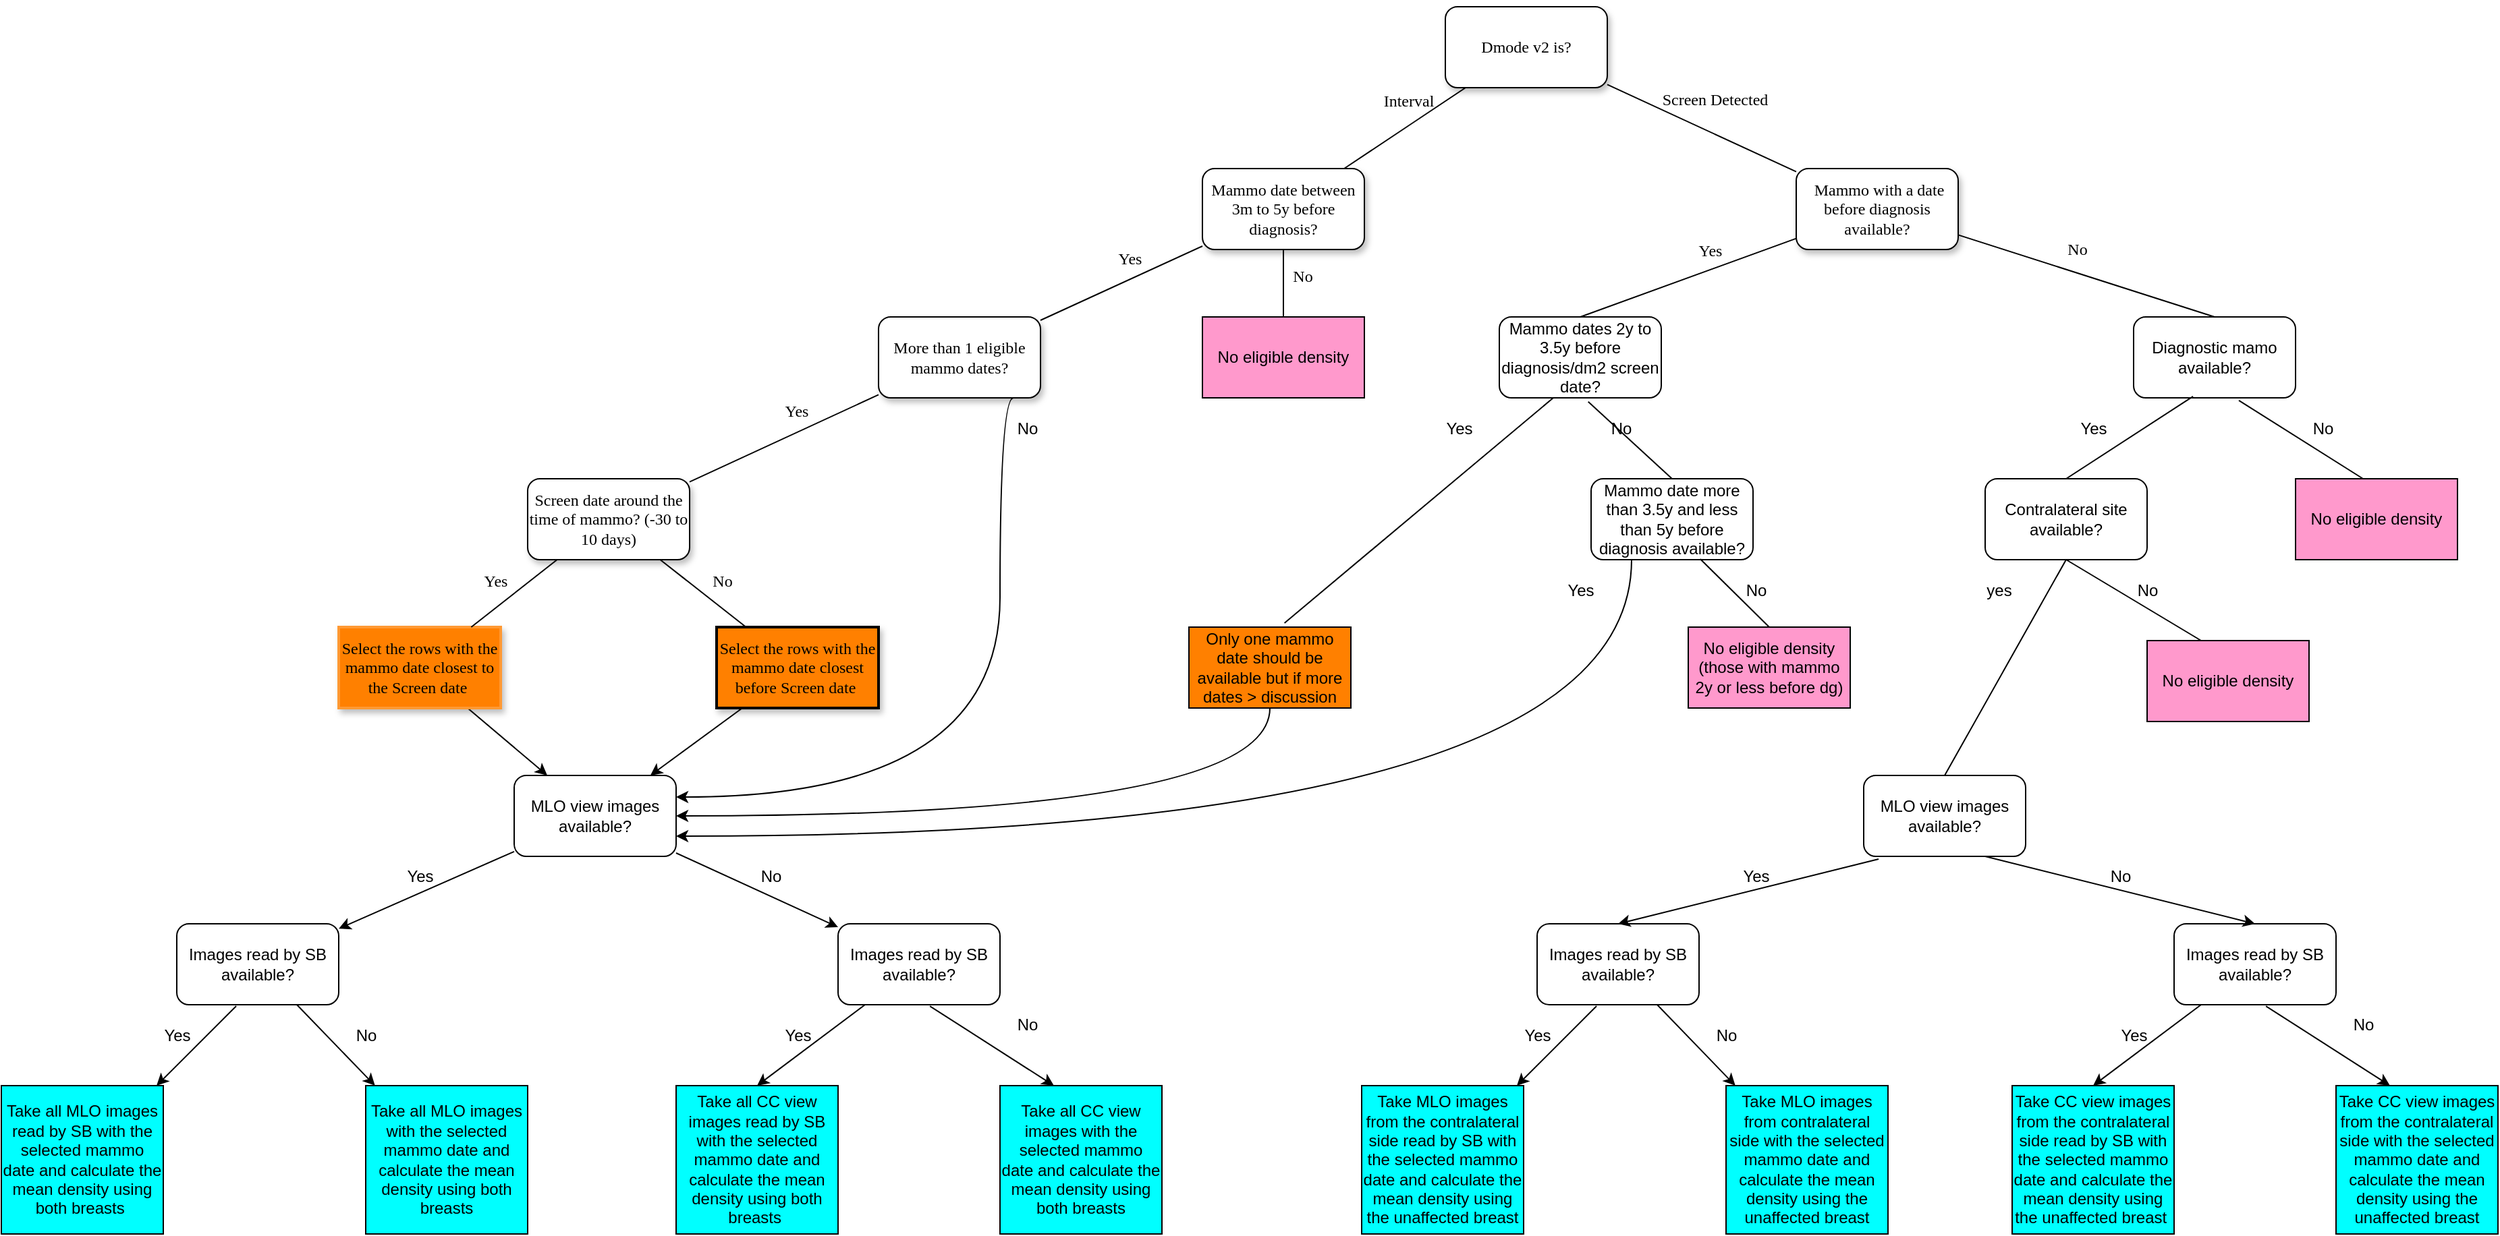
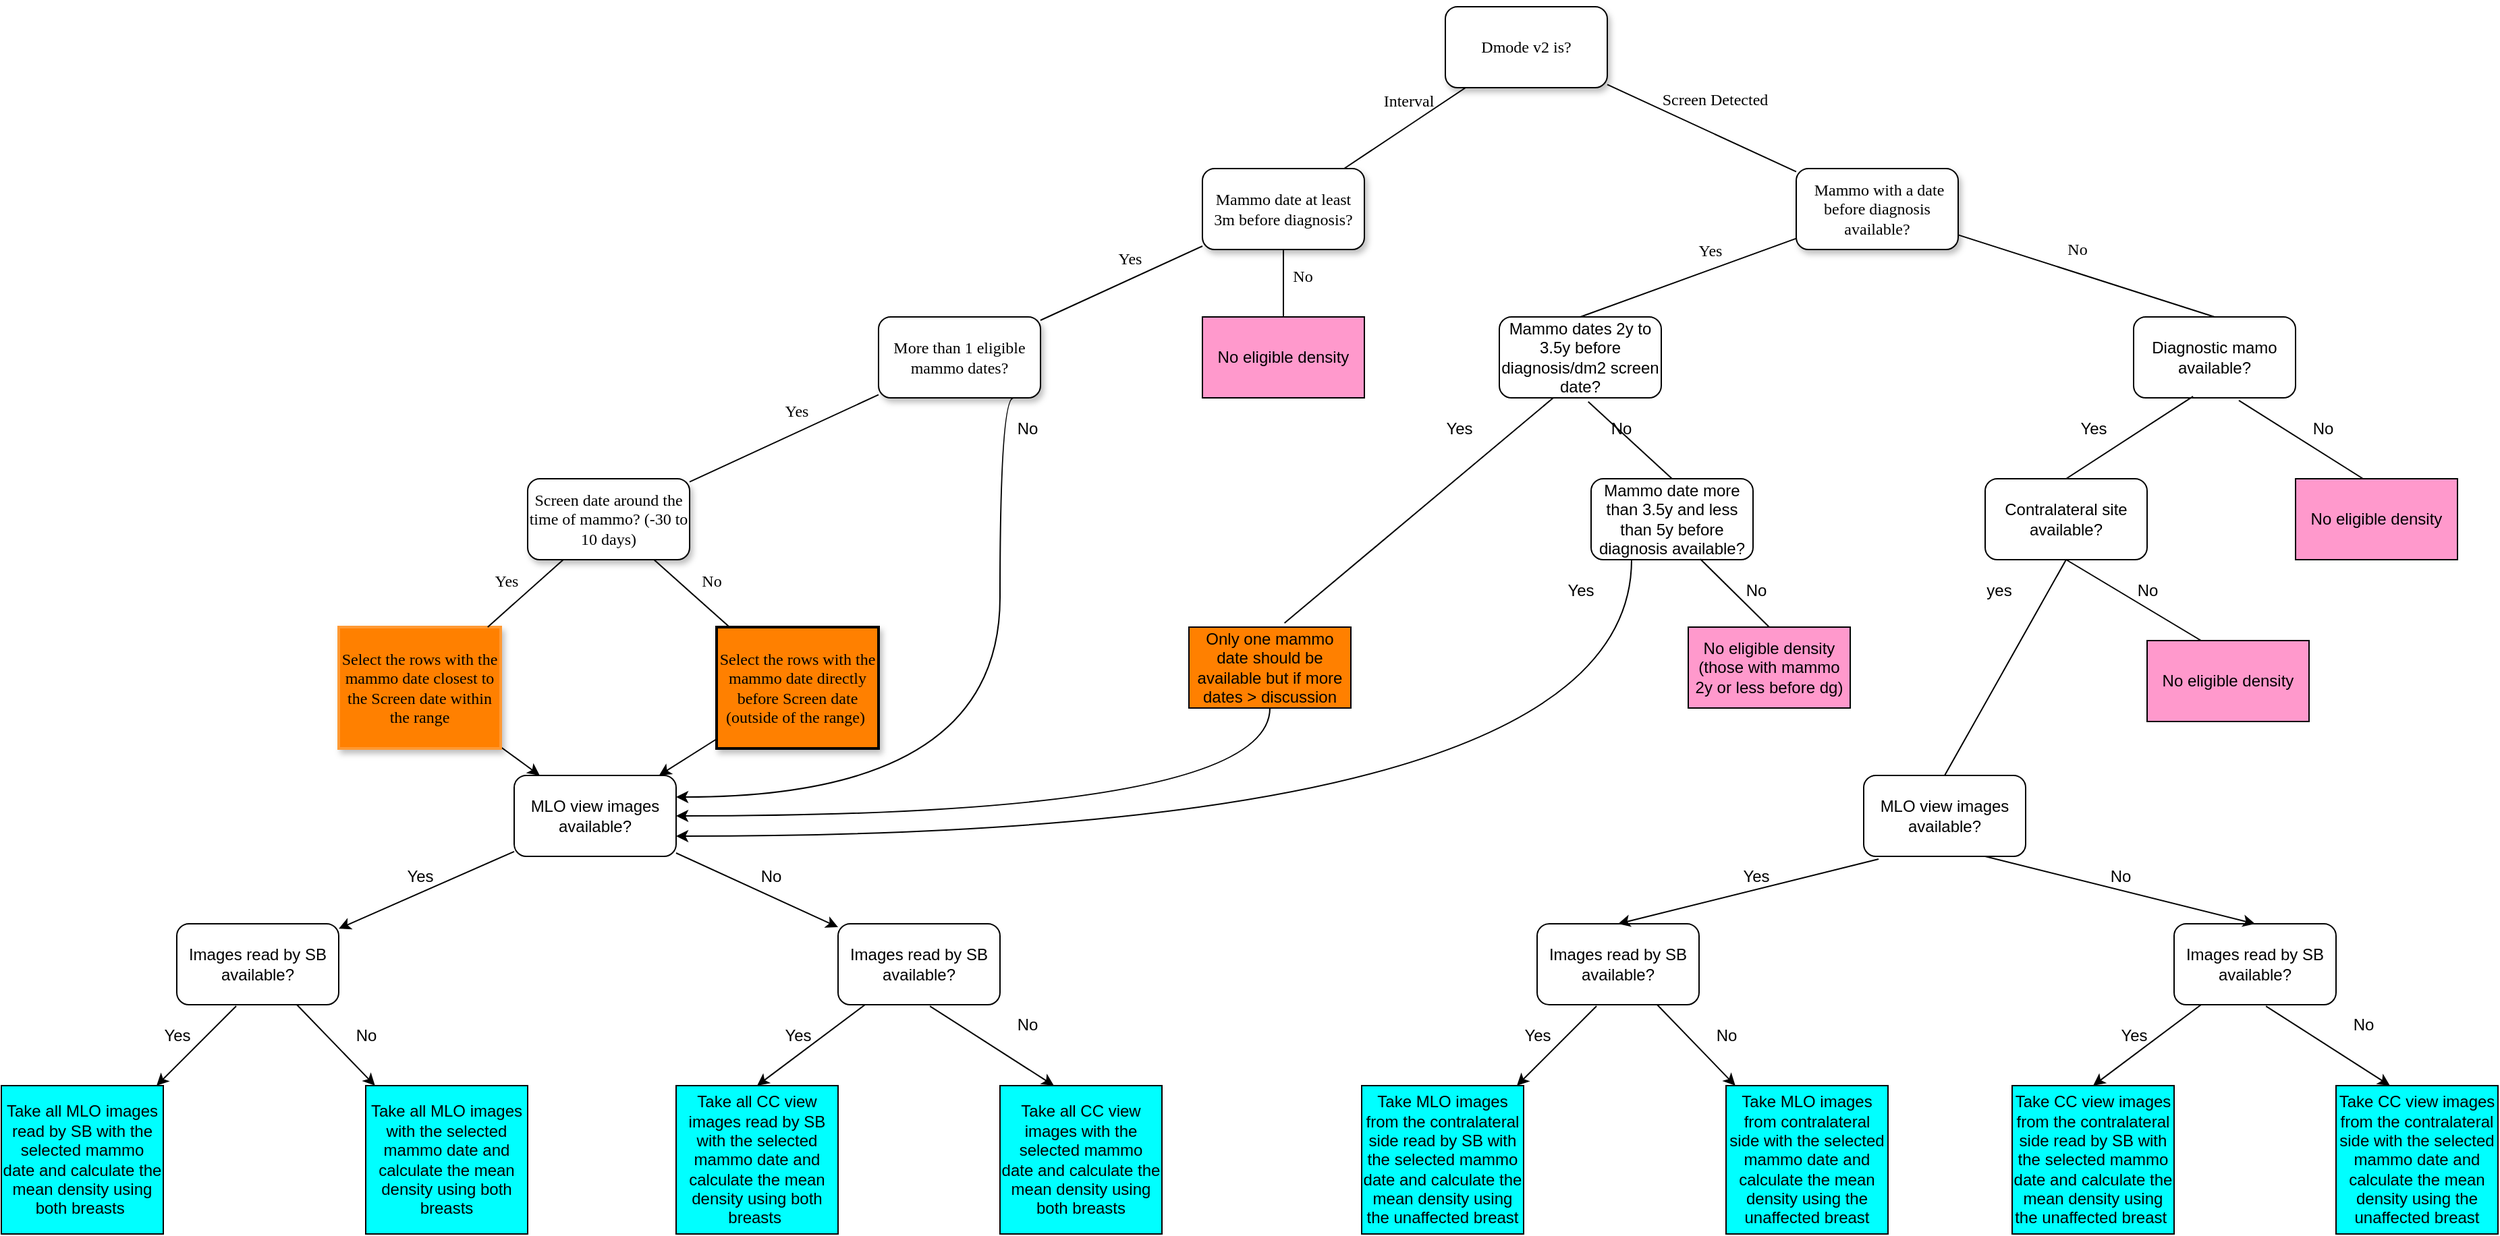
- <mxfile host="app.diagrams.net" modified="2024-04-15T15:01:29.289Z" agent="Mozilla/5.0 (Windows NT 10.0; Win64; x64) AppleWebKit/537.36 (KHTML, like Gecko) Chrome/123.0.0.0 Safari/537.36 Edg/123.0.0.0" etag="fMg2SGPDKG9Lwn98eFwp" version="24.2.1" type="device">
+ <mxfile host="app.diagrams.net" modified="2024-04-16T13:41:23.942Z" agent="Mozilla/5.0 (Windows NT 10.0; Win64; x64) AppleWebKit/537.36 (KHTML, like Gecko) Chrome/123.0.0.0 Safari/537.36 Edg/123.0.0.0" etag="p6snT4Onktg00-oGlUi9" version="24.2.5" type="device">
  <diagram name="Page-1" id="10a91c8b-09ff-31b1-d368-03940ed4cc9e">
-     <mxGraphModel dx="2323" dy="1084" grid="1" gridSize="10" guides="1" tooltips="1" connect="1" arrows="1" fold="1" page="1" pageScale="1" pageWidth="2336" pageHeight="1654" background="none" math="0" shadow="0">
+     <mxGraphModel dx="1146" dy="579" grid="1" gridSize="10" guides="1" tooltips="1" connect="1" arrows="1" fold="1" page="1" pageScale="1" pageWidth="2336" pageHeight="1654" background="none" math="0" shadow="0">
      <root>
        <mxCell id="0" />
        <mxCell id="1" parent="0" />
        <mxCell id="62893188c0fa7362-1" value="Dmode v2 is?" style="whiteSpace=wrap;html=1;rounded=1;shadow=1;labelBackgroundColor=none;strokeWidth=1;fontFamily=Verdana;fontSize=12;align=center;" parent="1" vertex="1">
          <mxGeometry x="1230" y="40" width="120" height="60" as="geometry" />
        </mxCell>
-         <mxCell id="62893188c0fa7362-2" value="Mammo date between 3m to 5y before diagnosis?" style="whiteSpace=wrap;html=1;rounded=1;shadow=1;labelBackgroundColor=none;strokeWidth=1;fontFamily=Verdana;fontSize=12;align=center;" parent="1" vertex="1">
+         <mxCell id="62893188c0fa7362-2" value="Mammo date at least 3m before diagnosis?" style="whiteSpace=wrap;html=1;rounded=1;shadow=1;labelBackgroundColor=none;strokeWidth=1;fontFamily=Verdana;fontSize=12;align=center;" parent="1" vertex="1">
          <mxGeometry x="1050" y="160" width="120" height="60" as="geometry" />
        </mxCell>
        <mxCell id="62893188c0fa7362-3" value="&lt;span&gt;&amp;nbsp;Mammo with a date before diagnosis available?&lt;/span&gt;" style="whiteSpace=wrap;html=1;rounded=1;shadow=1;labelBackgroundColor=none;strokeWidth=1;fontFamily=Verdana;fontSize=12;align=center;" parent="1" vertex="1">
          <mxGeometry x="1490" y="160" width="120" height="60" as="geometry" />
        </mxCell>
        <mxCell id="62893188c0fa7362-4" value="&amp;nbsp; &amp;nbsp; &amp;nbsp; &amp;nbsp; &amp;nbsp; &amp;nbsp; &amp;nbsp; &amp;nbsp; &amp;nbsp;Screen Detected" style="rounded=0;html=1;labelBackgroundColor=none;startArrow=none;startFill=0;startSize=5;endArrow=none;endFill=0;endSize=5;jettySize=auto;orthogonalLoop=1;strokeWidth=1;fontFamily=Verdana;fontSize=12" parent="1" source="62893188c0fa7362-1" target="62893188c0fa7362-3" edge="1">
          <mxGeometry x="-0.3002" y="13" relative="1" as="geometry">
            <mxPoint as="offset" />
          </mxGeometry>
        </mxCell>
        <mxCell id="62893188c0fa7362-5" value="Interval&amp;nbsp; &amp;nbsp; &amp;nbsp;" style="rounded=0;html=1;labelBackgroundColor=none;startArrow=none;startFill=0;startSize=5;endArrow=none;endFill=0;endSize=5;jettySize=auto;orthogonalLoop=1;strokeWidth=1;fontFamily=Verdana;fontSize=12" parent="1" source="62893188c0fa7362-1" target="62893188c0fa7362-2" edge="1">
          <mxGeometry x="-0.359" y="-11" relative="1" as="geometry">
            <mxPoint as="offset" />
          </mxGeometry>
        </mxCell>
        <mxCell id="62893188c0fa7362-8" value="&lt;span&gt;More than 1 eligible mammo dates?&lt;/span&gt;" style="whiteSpace=wrap;html=1;rounded=1;shadow=1;labelBackgroundColor=none;strokeWidth=1;fontFamily=Verdana;fontSize=12;align=center;" parent="1" vertex="1">
          <mxGeometry x="810" y="270" width="120" height="60" as="geometry" />
        </mxCell>
        <mxCell id="62893188c0fa7362-12" value="Screen date around the time of mammo? (-30 to 10 days)" style="whiteSpace=wrap;html=1;rounded=1;shadow=1;labelBackgroundColor=none;strokeWidth=1;fontFamily=Verdana;fontSize=12;align=center;" parent="1" vertex="1">
          <mxGeometry x="550" y="390" width="120" height="60" as="geometry" />
        </mxCell>
        <mxCell id="62893188c0fa7362-14" value="Yes" style="rounded=0;html=1;labelBackgroundColor=none;startArrow=none;startFill=0;startSize=5;endArrow=none;endFill=0;endSize=5;jettySize=auto;orthogonalLoop=1;strokeWidth=1;fontFamily=Verdana;fontSize=12" parent="1" source="62893188c0fa7362-2" target="62893188c0fa7362-8" edge="1">
          <mxGeometry x="-0.2" y="-14" relative="1" as="geometry">
            <mxPoint as="offset" />
          </mxGeometry>
        </mxCell>
        <mxCell id="62893188c0fa7362-15" value="No" style="rounded=0;html=1;labelBackgroundColor=none;startArrow=none;startFill=0;startSize=5;endArrow=none;endFill=0;endSize=5;jettySize=auto;orthogonalLoop=1;strokeWidth=1;fontFamily=Verdana;fontSize=12;entryX=0.5;entryY=0;entryDx=0;entryDy=0;" parent="1" source="62893188c0fa7362-2" target="ltzN6pnCUaCi4MzfEoiR-7" edge="1">
          <mxGeometry x="-0.2" y="14" relative="1" as="geometry">
            <mxPoint as="offset" />
            <mxPoint x="1190" y="270" as="targetPoint" />
          </mxGeometry>
        </mxCell>
        <mxCell id="62893188c0fa7362-16" value="Yes" style="rounded=0;html=1;labelBackgroundColor=none;startArrow=none;startFill=0;startSize=5;endArrow=none;endFill=0;endSize=5;jettySize=auto;orthogonalLoop=1;strokeWidth=1;fontFamily=Verdana;fontSize=12;entryX=0.5;entryY=0;entryDx=0;entryDy=0;" parent="1" source="62893188c0fa7362-3" target="kYvpu-cuTH2BE-WpAr-0-41" edge="1">
          <mxGeometry x="-0.2614" y="-13" relative="1" as="geometry">
            <mxPoint as="offset" />
            <mxPoint x="1394.5454545454545" y="270" as="targetPoint" />
          </mxGeometry>
        </mxCell>
        <mxCell id="62893188c0fa7362-17" value="No" style="rounded=0;html=1;labelBackgroundColor=none;startArrow=none;startFill=0;startSize=5;endArrow=none;endFill=0;endSize=5;jettySize=auto;orthogonalLoop=1;strokeWidth=1;fontFamily=Verdana;fontSize=12;entryX=0.5;entryY=0;entryDx=0;entryDy=0;" parent="1" source="62893188c0fa7362-3" target="kYvpu-cuTH2BE-WpAr-0-71" edge="1">
          <mxGeometry x="-0.1294" y="17" relative="1" as="geometry">
            <mxPoint as="offset" />
            <mxPoint x="1740" y="273.5999999999999" as="targetPoint" />
          </mxGeometry>
        </mxCell>
        <mxCell id="62893188c0fa7362-18" value="Yes" style="rounded=0;html=1;labelBackgroundColor=none;startArrow=none;startFill=0;startSize=5;endArrow=none;endFill=0;endSize=5;jettySize=auto;orthogonalLoop=1;strokeWidth=1;fontFamily=Verdana;fontSize=12" parent="1" source="62893188c0fa7362-8" target="62893188c0fa7362-12" edge="1">
          <mxGeometry x="-0.2168" y="-14" relative="1" as="geometry">
            <mxPoint as="offset" />
          </mxGeometry>
        </mxCell>
-         <mxCell id="ltzN6pnCUaCi4MzfEoiR-14" value="" style="rounded=0;orthogonalLoop=1;jettySize=auto;html=1;" edge="1" parent="1" source="62893188c0fa7362-20" target="ltzN6pnCUaCi4MzfEoiR-11">
-           <mxGeometry relative="1" as="geometry" />
-         </mxCell>
-         <mxCell id="62893188c0fa7362-20" value="Select the rows with the mammo date closest to the Screen date&amp;nbsp;" style="whiteSpace=wrap;html=1;rounded=0;shadow=1;labelBackgroundColor=none;strokeWidth=2;fontFamily=Verdana;fontSize=12;align=center;fillColor=#FF8000;strokeColor=#FF9933;" parent="1" vertex="1">
-           <mxGeometry x="410" y="500" width="120" height="60" as="geometry" />
-         </mxCell>
-         <mxCell id="ltzN6pnCUaCi4MzfEoiR-12" value="" style="rounded=0;orthogonalLoop=1;jettySize=auto;html=1;" edge="1" parent="1" source="62893188c0fa7362-21" target="ltzN6pnCUaCi4MzfEoiR-11">
-           <mxGeometry relative="1" as="geometry" />
-         </mxCell>
-         <mxCell id="62893188c0fa7362-21" value="Select the rows with the mammo date closest before Screen date&amp;nbsp;" style="whiteSpace=wrap;html=1;rounded=0;shadow=1;labelBackgroundColor=none;strokeWidth=2;fontFamily=Verdana;fontSize=12;align=center;fillColor=#FF8000;" parent="1" vertex="1">
-           <mxGeometry x="690" y="500" width="120" height="60" as="geometry" />
+         <mxCell id="ltzN6pnCUaCi4MzfEoiR-14" value="" style="rounded=0;orthogonalLoop=1;jettySize=auto;html=1;" parent="1" source="62893188c0fa7362-20" target="ltzN6pnCUaCi4MzfEoiR-11" edge="1">
+           <mxGeometry relative="1" as="geometry" />
+         </mxCell>
+         <mxCell id="62893188c0fa7362-20" value="Select the rows with the mammo date closest to the Screen date within the range" style="whiteSpace=wrap;html=1;rounded=0;shadow=1;labelBackgroundColor=none;strokeWidth=2;fontFamily=Verdana;fontSize=12;align=center;fillColor=#FF8000;strokeColor=#FF9933;" parent="1" vertex="1">
+           <mxGeometry x="410" y="500" width="120" height="90" as="geometry" />
+         </mxCell>
+         <mxCell id="ltzN6pnCUaCi4MzfEoiR-12" value="" style="rounded=0;orthogonalLoop=1;jettySize=auto;html=1;" parent="1" source="62893188c0fa7362-21" target="ltzN6pnCUaCi4MzfEoiR-11" edge="1">
+           <mxGeometry relative="1" as="geometry" />
+         </mxCell>
+         <mxCell id="62893188c0fa7362-21" value="Select the rows with the mammo date directly before Screen date (outside of the range)&amp;nbsp;" style="whiteSpace=wrap;html=1;rounded=0;shadow=1;labelBackgroundColor=none;strokeWidth=2;fontFamily=Verdana;fontSize=12;align=center;fillColor=#FF8000;" parent="1" vertex="1">
+           <mxGeometry x="690" y="500" width="120" height="90" as="geometry" />
        </mxCell>
        <mxCell id="62893188c0fa7362-24" value="Yes" style="rounded=0;html=1;labelBackgroundColor=none;startArrow=none;startFill=0;startSize=5;endArrow=none;endFill=0;endSize=5;jettySize=auto;orthogonalLoop=1;strokeWidth=1;fontFamily=Verdana;fontSize=12" parent="1" source="62893188c0fa7362-12" target="62893188c0fa7362-20" edge="1">
          <mxGeometry x="0.1373" y="-16" relative="1" as="geometry">
            <mxPoint as="offset" />
          </mxGeometry>
        </mxCell>
        <mxCell id="62893188c0fa7362-25" value="No" style="rounded=0;html=1;labelBackgroundColor=none;startArrow=none;startFill=0;startSize=5;endArrow=none;endFill=0;endSize=5;jettySize=auto;orthogonalLoop=1;strokeWidth=1;fontFamily=Verdana;fontSize=12" parent="1" source="62893188c0fa7362-12" target="62893188c0fa7362-21" edge="1">
          <mxGeometry x="0.1373" y="16" relative="1" as="geometry">
            <mxPoint as="offset" />
          </mxGeometry>
        </mxCell>
-         <mxCell id="ltzN6pnCUaCi4MzfEoiR-7" value="No eligible density" style="rounded=0;whiteSpace=wrap;html=1;fillColor=#FF99CC;" vertex="1" parent="1">
+         <mxCell id="ltzN6pnCUaCi4MzfEoiR-7" value="No eligible density" style="rounded=0;whiteSpace=wrap;html=1;fillColor=#FF99CC;" parent="1" vertex="1">
          <mxGeometry x="1050" y="270" width="120" height="60" as="geometry" />
        </mxCell>
-         <mxCell id="ltzN6pnCUaCi4MzfEoiR-18" value="" style="rounded=0;orthogonalLoop=1;jettySize=auto;html=1;" edge="1" parent="1" source="ltzN6pnCUaCi4MzfEoiR-11" target="ltzN6pnCUaCi4MzfEoiR-17">
-           <mxGeometry relative="1" as="geometry" />
-         </mxCell>
-         <mxCell id="kYvpu-cuTH2BE-WpAr-0-14" value="" style="rounded=0;orthogonalLoop=1;jettySize=auto;html=1;" edge="1" parent="1" source="ltzN6pnCUaCi4MzfEoiR-11" target="kYvpu-cuTH2BE-WpAr-0-13">
-           <mxGeometry relative="1" as="geometry" />
-         </mxCell>
-         <mxCell id="ltzN6pnCUaCi4MzfEoiR-11" value="MLO view images available?" style="rounded=1;whiteSpace=wrap;html=1;" vertex="1" parent="1">
+         <mxCell id="ltzN6pnCUaCi4MzfEoiR-18" value="" style="rounded=0;orthogonalLoop=1;jettySize=auto;html=1;" parent="1" source="ltzN6pnCUaCi4MzfEoiR-11" target="ltzN6pnCUaCi4MzfEoiR-17" edge="1">
+           <mxGeometry relative="1" as="geometry" />
+         </mxCell>
+         <mxCell id="kYvpu-cuTH2BE-WpAr-0-14" value="" style="rounded=0;orthogonalLoop=1;jettySize=auto;html=1;" parent="1" source="ltzN6pnCUaCi4MzfEoiR-11" target="kYvpu-cuTH2BE-WpAr-0-13" edge="1">
+           <mxGeometry relative="1" as="geometry" />
+         </mxCell>
+         <mxCell id="ltzN6pnCUaCi4MzfEoiR-11" value="MLO view images available?" style="rounded=1;whiteSpace=wrap;html=1;" parent="1" vertex="1">
          <mxGeometry x="540" y="610" width="120" height="60" as="geometry" />
        </mxCell>
-         <mxCell id="kYvpu-cuTH2BE-WpAr-0-5" value="" style="rounded=0;orthogonalLoop=1;jettySize=auto;html=1;" edge="1" parent="1" source="ltzN6pnCUaCi4MzfEoiR-17" target="kYvpu-cuTH2BE-WpAr-0-3">
-           <mxGeometry relative="1" as="geometry" />
-         </mxCell>
-         <mxCell id="ltzN6pnCUaCi4MzfEoiR-17" value="Images read by SB available?" style="rounded=1;whiteSpace=wrap;html=1;" vertex="1" parent="1">
+         <mxCell id="kYvpu-cuTH2BE-WpAr-0-5" value="" style="rounded=0;orthogonalLoop=1;jettySize=auto;html=1;" parent="1" source="ltzN6pnCUaCi4MzfEoiR-17" target="kYvpu-cuTH2BE-WpAr-0-3" edge="1">
+           <mxGeometry relative="1" as="geometry" />
+         </mxCell>
+         <mxCell id="ltzN6pnCUaCi4MzfEoiR-17" value="Images read by SB available?" style="rounded=1;whiteSpace=wrap;html=1;" parent="1" vertex="1">
          <mxGeometry x="290" y="720" width="120" height="60" as="geometry" />
        </mxCell>
-         <mxCell id="kYvpu-cuTH2BE-WpAr-0-1" value="Yes" style="text;html=1;align=center;verticalAlign=middle;resizable=0;points=[];autosize=1;strokeColor=none;fillColor=none;" vertex="1" parent="1">
+         <mxCell id="kYvpu-cuTH2BE-WpAr-0-1" value="Yes" style="text;html=1;align=center;verticalAlign=middle;resizable=0;points=[];autosize=1;strokeColor=none;fillColor=none;" parent="1" vertex="1">
          <mxGeometry x="450" y="670" width="40" height="30" as="geometry" />
        </mxCell>
-         <mxCell id="kYvpu-cuTH2BE-WpAr-0-2" value="Take all MLO images read by SB with the selected mammo date and calculate the mean density using both breasts&amp;nbsp;" style="rounded=0;whiteSpace=wrap;html=1;fillColor=#00FFFF;" vertex="1" parent="1">
+         <mxCell id="kYvpu-cuTH2BE-WpAr-0-2" value="Take all MLO images read by SB with the selected mammo date and calculate the mean density using both breasts&amp;nbsp;" style="rounded=0;whiteSpace=wrap;html=1;fillColor=#00FFFF;" parent="1" vertex="1">
          <mxGeometry x="160" y="840" width="120" height="110" as="geometry" />
        </mxCell>
-         <mxCell id="kYvpu-cuTH2BE-WpAr-0-3" value="Take all MLO images with the selected mammo date and calculate the mean density using both breasts" style="rounded=0;whiteSpace=wrap;html=1;fillColor=#00FFFF;" vertex="1" parent="1">
+         <mxCell id="kYvpu-cuTH2BE-WpAr-0-3" value="Take all MLO images with the selected mammo date and calculate the mean density using both breasts" style="rounded=0;whiteSpace=wrap;html=1;fillColor=#00FFFF;" parent="1" vertex="1">
          <mxGeometry x="430" y="840" width="120" height="110" as="geometry" />
        </mxCell>
-         <mxCell id="kYvpu-cuTH2BE-WpAr-0-10" value="" style="endArrow=classic;html=1;rounded=0;exitX=0.367;exitY=1.017;exitDx=0;exitDy=0;exitPerimeter=0;" edge="1" parent="1" source="ltzN6pnCUaCi4MzfEoiR-17" target="kYvpu-cuTH2BE-WpAr-0-2">
+         <mxCell id="kYvpu-cuTH2BE-WpAr-0-10" value="" style="endArrow=classic;html=1;rounded=0;exitX=0.367;exitY=1.017;exitDx=0;exitDy=0;exitPerimeter=0;" parent="1" source="ltzN6pnCUaCi4MzfEoiR-17" target="kYvpu-cuTH2BE-WpAr-0-2" edge="1">
          <mxGeometry width="50" height="50" relative="1" as="geometry">
            <mxPoint x="620" y="827" as="sourcePoint" />
            <mxPoint x="670" y="777" as="targetPoint" />
          </mxGeometry>
        </mxCell>
-         <mxCell id="kYvpu-cuTH2BE-WpAr-0-11" value="Yes" style="text;html=1;align=center;verticalAlign=middle;resizable=0;points=[];autosize=1;strokeColor=none;fillColor=none;" vertex="1" parent="1">
+         <mxCell id="kYvpu-cuTH2BE-WpAr-0-11" value="Yes" style="text;html=1;align=center;verticalAlign=middle;resizable=0;points=[];autosize=1;strokeColor=none;fillColor=none;" parent="1" vertex="1">
          <mxGeometry x="270" y="788" width="40" height="30" as="geometry" />
        </mxCell>
-         <mxCell id="kYvpu-cuTH2BE-WpAr-0-12" value="No" style="text;html=1;align=center;verticalAlign=middle;resizable=0;points=[];autosize=1;strokeColor=none;fillColor=none;" vertex="1" parent="1">
+         <mxCell id="kYvpu-cuTH2BE-WpAr-0-12" value="No" style="text;html=1;align=center;verticalAlign=middle;resizable=0;points=[];autosize=1;strokeColor=none;fillColor=none;" parent="1" vertex="1">
          <mxGeometry x="410" y="788" width="40" height="30" as="geometry" />
        </mxCell>
-         <mxCell id="kYvpu-cuTH2BE-WpAr-0-23" value="" style="rounded=0;orthogonalLoop=1;jettySize=auto;html=1;entryX=0.5;entryY=0;entryDx=0;entryDy=0;" edge="1" parent="1" source="kYvpu-cuTH2BE-WpAr-0-13" target="kYvpu-cuTH2BE-WpAr-0-24">
+         <mxCell id="kYvpu-cuTH2BE-WpAr-0-23" value="" style="rounded=0;orthogonalLoop=1;jettySize=auto;html=1;entryX=0.5;entryY=0;entryDx=0;entryDy=0;" parent="1" source="kYvpu-cuTH2BE-WpAr-0-13" target="kYvpu-cuTH2BE-WpAr-0-24" edge="1">
          <mxGeometry relative="1" as="geometry">
            <mxPoint x="1040" y="860" as="targetPoint" />
          </mxGeometry>
        </mxCell>
-         <mxCell id="kYvpu-cuTH2BE-WpAr-0-13" value="Images read by SB available?" style="rounded=1;whiteSpace=wrap;html=1;" vertex="1" parent="1">
+         <mxCell id="kYvpu-cuTH2BE-WpAr-0-13" value="Images read by SB available?" style="rounded=1;whiteSpace=wrap;html=1;" parent="1" vertex="1">
          <mxGeometry x="780" y="720" width="120" height="60" as="geometry" />
        </mxCell>
-         <mxCell id="kYvpu-cuTH2BE-WpAr-0-15" value="No" style="text;html=1;align=center;verticalAlign=middle;resizable=0;points=[];autosize=1;strokeColor=none;fillColor=none;" vertex="1" parent="1">
+         <mxCell id="kYvpu-cuTH2BE-WpAr-0-15" value="No" style="text;html=1;align=center;verticalAlign=middle;resizable=0;points=[];autosize=1;strokeColor=none;fillColor=none;" parent="1" vertex="1">
          <mxGeometry x="710" y="670" width="40" height="30" as="geometry" />
        </mxCell>
-         <mxCell id="kYvpu-cuTH2BE-WpAr-0-24" value="Take all CC view images read by SB with the selected mammo date and calculate the mean density using both breasts&amp;nbsp;" style="rounded=0;whiteSpace=wrap;html=1;fillColor=#00FFFF;" vertex="1" parent="1">
+         <mxCell id="kYvpu-cuTH2BE-WpAr-0-24" value="Take all CC view images read by SB with the selected mammo date and calculate the mean density using both breasts&amp;nbsp;" style="rounded=0;whiteSpace=wrap;html=1;fillColor=#00FFFF;" parent="1" vertex="1">
          <mxGeometry x="660" y="840" width="120" height="110" as="geometry" />
        </mxCell>
-         <mxCell id="kYvpu-cuTH2BE-WpAr-0-25" value="Yes" style="text;html=1;align=center;verticalAlign=middle;resizable=0;points=[];autosize=1;strokeColor=none;fillColor=none;" vertex="1" parent="1">
+         <mxCell id="kYvpu-cuTH2BE-WpAr-0-25" value="Yes" style="text;html=1;align=center;verticalAlign=middle;resizable=0;points=[];autosize=1;strokeColor=none;fillColor=none;" parent="1" vertex="1">
          <mxGeometry x="730" y="788" width="40" height="30" as="geometry" />
        </mxCell>
-         <mxCell id="kYvpu-cuTH2BE-WpAr-0-27" value="Take all CC view images with the selected mammo date and calculate the mean density using both breasts" style="rounded=0;whiteSpace=wrap;html=1;fillColor=#00FFFF;" vertex="1" parent="1">
+         <mxCell id="kYvpu-cuTH2BE-WpAr-0-27" value="Take all CC view images with the selected mammo date and calculate the mean density using both breasts" style="rounded=0;whiteSpace=wrap;html=1;fillColor=#00FFFF;" parent="1" vertex="1">
          <mxGeometry x="900" y="840" width="120" height="110" as="geometry" />
        </mxCell>
-         <mxCell id="kYvpu-cuTH2BE-WpAr-0-28" value="" style="endArrow=classic;html=1;rounded=0;exitX=0.567;exitY=1.017;exitDx=0;exitDy=0;exitPerimeter=0;entryX=0.333;entryY=0;entryDx=0;entryDy=0;entryPerimeter=0;" edge="1" parent="1" source="kYvpu-cuTH2BE-WpAr-0-13" target="kYvpu-cuTH2BE-WpAr-0-27">
+         <mxCell id="kYvpu-cuTH2BE-WpAr-0-28" value="" style="endArrow=classic;html=1;rounded=0;exitX=0.567;exitY=1.017;exitDx=0;exitDy=0;exitPerimeter=0;entryX=0.333;entryY=0;entryDx=0;entryDy=0;entryPerimeter=0;" parent="1" source="kYvpu-cuTH2BE-WpAr-0-13" target="kYvpu-cuTH2BE-WpAr-0-27" edge="1">
          <mxGeometry width="50" height="50" relative="1" as="geometry">
            <mxPoint x="1090" y="800" as="sourcePoint" />
            <mxPoint x="1140" y="750" as="targetPoint" />
          </mxGeometry>
        </mxCell>
-         <mxCell id="kYvpu-cuTH2BE-WpAr-0-29" value="No" style="text;html=1;align=center;verticalAlign=middle;resizable=0;points=[];autosize=1;strokeColor=none;fillColor=none;" vertex="1" parent="1">
+         <mxCell id="kYvpu-cuTH2BE-WpAr-0-29" value="No" style="text;html=1;align=center;verticalAlign=middle;resizable=0;points=[];autosize=1;strokeColor=none;fillColor=none;" parent="1" vertex="1">
          <mxGeometry x="900" y="780" width="40" height="30" as="geometry" />
        </mxCell>
-         <mxCell id="kYvpu-cuTH2BE-WpAr-0-37" value="" style="endArrow=classic;html=1;rounded=0;entryX=1;entryY=0.5;entryDx=0;entryDy=0;edgeStyle=orthogonalEdgeStyle;curved=1;" edge="1" parent="1">
+         <mxCell id="kYvpu-cuTH2BE-WpAr-0-37" value="" style="endArrow=classic;html=1;rounded=0;entryX=1;entryY=0.5;entryDx=0;entryDy=0;edgeStyle=orthogonalEdgeStyle;curved=1;" parent="1" edge="1">
          <mxGeometry relative="1" as="geometry">
            <mxPoint x="910" y="330" as="sourcePoint" />
            <mxPoint x="660" y="626" as="targetPoint" />
            <Array as="points">
              <mxPoint x="900" y="330" />
              <mxPoint x="900" y="626" />
            </Array>
          </mxGeometry>
        </mxCell>
-         <mxCell id="kYvpu-cuTH2BE-WpAr-0-40" value="No" style="text;html=1;align=center;verticalAlign=middle;resizable=0;points=[];autosize=1;strokeColor=none;fillColor=none;" vertex="1" parent="1">
+         <mxCell id="kYvpu-cuTH2BE-WpAr-0-40" value="No" style="text;html=1;align=center;verticalAlign=middle;resizable=0;points=[];autosize=1;strokeColor=none;fillColor=none;" parent="1" vertex="1">
          <mxGeometry x="900" y="338" width="40" height="30" as="geometry" />
        </mxCell>
-         <mxCell id="kYvpu-cuTH2BE-WpAr-0-41" value="Mammo dates 2y to 3.5y before diagnosis/dm2 screen date?" style="rounded=1;whiteSpace=wrap;html=1;" vertex="1" parent="1">
+         <mxCell id="kYvpu-cuTH2BE-WpAr-0-41" value="Mammo dates 2y to 3.5y before diagnosis/dm2 screen date?" style="rounded=1;whiteSpace=wrap;html=1;" parent="1" vertex="1">
          <mxGeometry x="1270" y="270" width="120" height="60" as="geometry" />
        </mxCell>
-         <mxCell id="kYvpu-cuTH2BE-WpAr-0-43" value="" style="endArrow=none;html=1;rounded=0;exitX=0.59;exitY=-0.05;exitDx=0;exitDy=0;exitPerimeter=0;" edge="1" parent="1" source="kYvpu-cuTH2BE-WpAr-0-59">
+         <mxCell id="kYvpu-cuTH2BE-WpAr-0-43" value="" style="endArrow=none;html=1;rounded=0;exitX=0.59;exitY=-0.05;exitDx=0;exitDy=0;exitPerimeter=0;" parent="1" source="kYvpu-cuTH2BE-WpAr-0-59" edge="1">
          <mxGeometry width="50" height="50" relative="1" as="geometry">
            <mxPoint x="1110" y="500" as="sourcePoint" />
            <mxPoint x="1310" y="330" as="targetPoint" />
          </mxGeometry>
        </mxCell>
-         <mxCell id="kYvpu-cuTH2BE-WpAr-0-45" value="Yes" style="text;html=1;align=center;verticalAlign=middle;resizable=0;points=[];autosize=1;strokeColor=none;fillColor=none;" vertex="1" parent="1">
+         <mxCell id="kYvpu-cuTH2BE-WpAr-0-45" value="Yes" style="text;html=1;align=center;verticalAlign=middle;resizable=0;points=[];autosize=1;strokeColor=none;fillColor=none;" parent="1" vertex="1">
          <mxGeometry x="1220" y="338" width="40" height="30" as="geometry" />
        </mxCell>
-         <mxCell id="kYvpu-cuTH2BE-WpAr-0-46" value="Mammo date more than 3.5y and less than 5y before diagnosis available?" style="rounded=1;whiteSpace=wrap;html=1;fillColor=#FFFFFF;" vertex="1" parent="1">
+         <mxCell id="kYvpu-cuTH2BE-WpAr-0-46" value="Mammo date more than 3.5y and less than 5y before diagnosis available?" style="rounded=1;whiteSpace=wrap;html=1;fillColor=#FFFFFF;" parent="1" vertex="1">
          <mxGeometry x="1338" y="390" width="120" height="60" as="geometry" />
        </mxCell>
-         <mxCell id="kYvpu-cuTH2BE-WpAr-0-47" value="" style="endArrow=none;html=1;rounded=0;entryX=0.549;entryY=1.047;entryDx=0;entryDy=0;entryPerimeter=0;exitX=0.5;exitY=0;exitDx=0;exitDy=0;" edge="1" parent="1" source="kYvpu-cuTH2BE-WpAr-0-46" target="kYvpu-cuTH2BE-WpAr-0-41">
+         <mxCell id="kYvpu-cuTH2BE-WpAr-0-47" value="" style="endArrow=none;html=1;rounded=0;entryX=0.549;entryY=1.047;entryDx=0;entryDy=0;entryPerimeter=0;exitX=0.5;exitY=0;exitDx=0;exitDy=0;" parent="1" source="kYvpu-cuTH2BE-WpAr-0-46" target="kYvpu-cuTH2BE-WpAr-0-41" edge="1">
          <mxGeometry width="50" height="50" relative="1" as="geometry">
            <mxPoint x="1380" y="420" as="sourcePoint" />
            <mxPoint x="1430" y="370" as="targetPoint" />
          </mxGeometry>
        </mxCell>
-         <mxCell id="kYvpu-cuTH2BE-WpAr-0-48" value="No" style="text;html=1;align=center;verticalAlign=middle;resizable=0;points=[];autosize=1;strokeColor=none;fillColor=none;" vertex="1" parent="1">
+         <mxCell id="kYvpu-cuTH2BE-WpAr-0-48" value="No" style="text;html=1;align=center;verticalAlign=middle;resizable=0;points=[];autosize=1;strokeColor=none;fillColor=none;" parent="1" vertex="1">
          <mxGeometry x="1340" y="338" width="40" height="30" as="geometry" />
        </mxCell>
-         <mxCell id="kYvpu-cuTH2BE-WpAr-0-51" value="" style="endArrow=none;html=1;rounded=0;entryX=0.674;entryY=0.992;entryDx=0;entryDy=0;entryPerimeter=0;exitX=0.5;exitY=0;exitDx=0;exitDy=0;" edge="1" parent="1" source="kYvpu-cuTH2BE-WpAr-0-55" target="kYvpu-cuTH2BE-WpAr-0-46">
+         <mxCell id="kYvpu-cuTH2BE-WpAr-0-51" value="" style="endArrow=none;html=1;rounded=0;entryX=0.674;entryY=0.992;entryDx=0;entryDy=0;entryPerimeter=0;exitX=0.5;exitY=0;exitDx=0;exitDy=0;" parent="1" source="kYvpu-cuTH2BE-WpAr-0-55" target="kYvpu-cuTH2BE-WpAr-0-46" edge="1">
          <mxGeometry width="50" height="50" relative="1" as="geometry">
            <mxPoint x="1520" y="500" as="sourcePoint" />
            <mxPoint x="1260" y="370" as="targetPoint" />
          </mxGeometry>
        </mxCell>
-         <mxCell id="kYvpu-cuTH2BE-WpAr-0-53" value="Yes" style="text;html=1;align=center;verticalAlign=middle;resizable=0;points=[];autosize=1;strokeColor=none;fillColor=none;" vertex="1" parent="1">
+         <mxCell id="kYvpu-cuTH2BE-WpAr-0-53" value="Yes" style="text;html=1;align=center;verticalAlign=middle;resizable=0;points=[];autosize=1;strokeColor=none;fillColor=none;" parent="1" vertex="1">
          <mxGeometry x="1310" y="458" width="40" height="30" as="geometry" />
        </mxCell>
-         <mxCell id="kYvpu-cuTH2BE-WpAr-0-54" value="No" style="text;html=1;align=center;verticalAlign=middle;resizable=0;points=[];autosize=1;strokeColor=none;fillColor=none;" vertex="1" parent="1">
+         <mxCell id="kYvpu-cuTH2BE-WpAr-0-54" value="No" style="text;html=1;align=center;verticalAlign=middle;resizable=0;points=[];autosize=1;strokeColor=none;fillColor=none;" parent="1" vertex="1">
          <mxGeometry x="1440" y="458" width="40" height="30" as="geometry" />
        </mxCell>
-         <mxCell id="kYvpu-cuTH2BE-WpAr-0-55" value="No eligible density&lt;br&gt;(those with mammo 2y or less before dg)" style="rounded=0;whiteSpace=wrap;html=1;fillColor=#FF99CC;" vertex="1" parent="1">
+         <mxCell id="kYvpu-cuTH2BE-WpAr-0-55" value="No eligible density&lt;br&gt;(those with mammo 2y or less before dg)" style="rounded=0;whiteSpace=wrap;html=1;fillColor=#FF99CC;" parent="1" vertex="1">
          <mxGeometry x="1410" y="500" width="120" height="60" as="geometry" />
        </mxCell>
-         <mxCell id="kYvpu-cuTH2BE-WpAr-0-59" value="Only one mammo date should be available but if more dates &amp;gt; discussion" style="rounded=0;whiteSpace=wrap;html=1;fillColor=#FF8000;" vertex="1" parent="1">
+         <mxCell id="kYvpu-cuTH2BE-WpAr-0-59" value="Only one mammo date should be available but if more dates &amp;gt; discussion" style="rounded=0;whiteSpace=wrap;html=1;fillColor=#FF8000;" parent="1" vertex="1">
          <mxGeometry x="1040" y="500" width="120" height="60" as="geometry" />
        </mxCell>
-         <mxCell id="kYvpu-cuTH2BE-WpAr-0-65" value="" style="endArrow=classic;html=1;rounded=0;exitX=0.25;exitY=1;exitDx=0;exitDy=0;entryX=1;entryY=0.75;entryDx=0;entryDy=0;edgeStyle=orthogonalEdgeStyle;curved=1;" edge="1" parent="1" source="kYvpu-cuTH2BE-WpAr-0-46" target="ltzN6pnCUaCi4MzfEoiR-11">
+         <mxCell id="kYvpu-cuTH2BE-WpAr-0-65" value="" style="endArrow=classic;html=1;rounded=0;exitX=0.25;exitY=1;exitDx=0;exitDy=0;entryX=1;entryY=0.75;entryDx=0;entryDy=0;edgeStyle=orthogonalEdgeStyle;curved=1;" parent="1" source="kYvpu-cuTH2BE-WpAr-0-46" target="ltzN6pnCUaCi4MzfEoiR-11" edge="1">
          <mxGeometry width="50" height="50" relative="1" as="geometry">
            <mxPoint x="950" y="490" as="sourcePoint" />
            <mxPoint x="1000" y="440" as="targetPoint" />
          </mxGeometry>
        </mxCell>
-         <mxCell id="kYvpu-cuTH2BE-WpAr-0-70" value="" style="endArrow=classic;html=1;rounded=0;exitX=0.5;exitY=1;exitDx=0;exitDy=0;entryX=1;entryY=0.5;entryDx=0;entryDy=0;edgeStyle=orthogonalEdgeStyle;curved=1;" edge="1" parent="1" source="kYvpu-cuTH2BE-WpAr-0-59" target="ltzN6pnCUaCi4MzfEoiR-11">
+         <mxCell id="kYvpu-cuTH2BE-WpAr-0-70" value="" style="endArrow=classic;html=1;rounded=0;exitX=0.5;exitY=1;exitDx=0;exitDy=0;entryX=1;entryY=0.5;entryDx=0;entryDy=0;edgeStyle=orthogonalEdgeStyle;curved=1;" parent="1" source="kYvpu-cuTH2BE-WpAr-0-59" target="ltzN6pnCUaCi4MzfEoiR-11" edge="1">
          <mxGeometry width="50" height="50" relative="1" as="geometry">
            <mxPoint x="1080" y="590" as="sourcePoint" />
            <mxPoint x="340" y="795" as="targetPoint" />
          </mxGeometry>
        </mxCell>
-         <mxCell id="kYvpu-cuTH2BE-WpAr-0-71" value="Diagnostic mamo available?" style="rounded=1;whiteSpace=wrap;html=1;" vertex="1" parent="1">
+         <mxCell id="kYvpu-cuTH2BE-WpAr-0-71" value="Diagnostic mamo available?" style="rounded=1;whiteSpace=wrap;html=1;" parent="1" vertex="1">
          <mxGeometry x="1740" y="270" width="120" height="60" as="geometry" />
        </mxCell>
-         <mxCell id="kYvpu-cuTH2BE-WpAr-0-72" value="Contralateral site available?" style="rounded=1;whiteSpace=wrap;html=1;" vertex="1" parent="1">
+         <mxCell id="kYvpu-cuTH2BE-WpAr-0-72" value="Contralateral site available?" style="rounded=1;whiteSpace=wrap;html=1;" parent="1" vertex="1">
          <mxGeometry x="1630" y="390" width="120" height="60" as="geometry" />
        </mxCell>
-         <mxCell id="kYvpu-cuTH2BE-WpAr-0-74" value="" style="endArrow=none;html=1;rounded=0;entryX=0.367;entryY=0.983;entryDx=0;entryDy=0;entryPerimeter=0;exitX=0.5;exitY=0;exitDx=0;exitDy=0;" edge="1" parent="1" source="kYvpu-cuTH2BE-WpAr-0-72" target="kYvpu-cuTH2BE-WpAr-0-71">
+         <mxCell id="kYvpu-cuTH2BE-WpAr-0-74" value="" style="endArrow=none;html=1;rounded=0;entryX=0.367;entryY=0.983;entryDx=0;entryDy=0;entryPerimeter=0;exitX=0.5;exitY=0;exitDx=0;exitDy=0;" parent="1" source="kYvpu-cuTH2BE-WpAr-0-72" target="kYvpu-cuTH2BE-WpAr-0-71" edge="1">
          <mxGeometry width="50" height="50" relative="1" as="geometry">
            <mxPoint x="1620" y="490" as="sourcePoint" />
            <mxPoint x="1670" y="440" as="targetPoint" />
          </mxGeometry>
        </mxCell>
-         <mxCell id="kYvpu-cuTH2BE-WpAr-0-75" value="" style="endArrow=none;html=1;rounded=0;entryX=0.65;entryY=1.033;entryDx=0;entryDy=0;entryPerimeter=0;exitX=0.417;exitY=0;exitDx=0;exitDy=0;exitPerimeter=0;" edge="1" parent="1" source="kYvpu-cuTH2BE-WpAr-0-78" target="kYvpu-cuTH2BE-WpAr-0-71">
+         <mxCell id="kYvpu-cuTH2BE-WpAr-0-75" value="" style="endArrow=none;html=1;rounded=0;entryX=0.65;entryY=1.033;entryDx=0;entryDy=0;entryPerimeter=0;exitX=0.417;exitY=0;exitDx=0;exitDy=0;exitPerimeter=0;" parent="1" source="kYvpu-cuTH2BE-WpAr-0-78" target="kYvpu-cuTH2BE-WpAr-0-71" edge="1">
          <mxGeometry width="50" height="50" relative="1" as="geometry">
            <mxPoint x="1870" y="400" as="sourcePoint" />
            <mxPoint x="1670" y="440" as="targetPoint" />
          </mxGeometry>
        </mxCell>
-         <mxCell id="kYvpu-cuTH2BE-WpAr-0-76" value="Yes" style="text;html=1;align=center;verticalAlign=middle;resizable=0;points=[];autosize=1;strokeColor=none;fillColor=none;" vertex="1" parent="1">
+         <mxCell id="kYvpu-cuTH2BE-WpAr-0-76" value="Yes" style="text;html=1;align=center;verticalAlign=middle;resizable=0;points=[];autosize=1;strokeColor=none;fillColor=none;" parent="1" vertex="1">
          <mxGeometry x="1690" y="338" width="40" height="30" as="geometry" />
        </mxCell>
-         <mxCell id="kYvpu-cuTH2BE-WpAr-0-77" value="No" style="text;html=1;align=center;verticalAlign=middle;resizable=0;points=[];autosize=1;strokeColor=none;fillColor=none;" vertex="1" parent="1">
+         <mxCell id="kYvpu-cuTH2BE-WpAr-0-77" value="No" style="text;html=1;align=center;verticalAlign=middle;resizable=0;points=[];autosize=1;strokeColor=none;fillColor=none;" parent="1" vertex="1">
          <mxGeometry x="1860" y="338" width="40" height="30" as="geometry" />
        </mxCell>
-         <mxCell id="kYvpu-cuTH2BE-WpAr-0-78" value="No eligible density" style="rounded=0;whiteSpace=wrap;html=1;fillColor=#FF99CC;" vertex="1" parent="1">
+         <mxCell id="kYvpu-cuTH2BE-WpAr-0-78" value="No eligible density" style="rounded=0;whiteSpace=wrap;html=1;fillColor=#FF99CC;" parent="1" vertex="1">
          <mxGeometry x="1860" y="390" width="120" height="60" as="geometry" />
        </mxCell>
-         <mxCell id="kYvpu-cuTH2BE-WpAr-0-79" value="MLO view images available?" style="rounded=1;whiteSpace=wrap;html=1;" vertex="1" parent="1">
+         <mxCell id="kYvpu-cuTH2BE-WpAr-0-79" value="MLO view images available?" style="rounded=1;whiteSpace=wrap;html=1;" parent="1" vertex="1">
          <mxGeometry x="1540" y="610" width="120" height="60" as="geometry" />
        </mxCell>
-         <mxCell id="kYvpu-cuTH2BE-WpAr-0-81" value="" style="endArrow=none;html=1;rounded=0;entryX=0.5;entryY=1;entryDx=0;entryDy=0;exitX=0.5;exitY=0;exitDx=0;exitDy=0;" edge="1" parent="1" source="kYvpu-cuTH2BE-WpAr-0-79" target="kYvpu-cuTH2BE-WpAr-0-72">
+         <mxCell id="kYvpu-cuTH2BE-WpAr-0-81" value="" style="endArrow=none;html=1;rounded=0;entryX=0.5;entryY=1;entryDx=0;entryDy=0;exitX=0.5;exitY=0;exitDx=0;exitDy=0;" parent="1" source="kYvpu-cuTH2BE-WpAr-0-79" target="kYvpu-cuTH2BE-WpAr-0-72" edge="1">
          <mxGeometry width="50" height="50" relative="1" as="geometry">
            <mxPoint x="1380" y="610" as="sourcePoint" />
            <mxPoint x="1430" y="560" as="targetPoint" />
          </mxGeometry>
        </mxCell>
-         <mxCell id="kYvpu-cuTH2BE-WpAr-0-82" value="" style="endArrow=none;html=1;rounded=0;entryX=0.5;entryY=1;entryDx=0;entryDy=0;exitX=0.5;exitY=0;exitDx=0;exitDy=0;" edge="1" parent="1" target="kYvpu-cuTH2BE-WpAr-0-72">
+         <mxCell id="kYvpu-cuTH2BE-WpAr-0-82" value="" style="endArrow=none;html=1;rounded=0;entryX=0.5;entryY=1;entryDx=0;entryDy=0;exitX=0.5;exitY=0;exitDx=0;exitDy=0;" parent="1" target="kYvpu-cuTH2BE-WpAr-0-72" edge="1">
          <mxGeometry width="50" height="50" relative="1" as="geometry">
            <mxPoint x="1790" y="510" as="sourcePoint" />
            <mxPoint x="1430" y="560" as="targetPoint" />
          </mxGeometry>
        </mxCell>
-         <mxCell id="kYvpu-cuTH2BE-WpAr-0-83" value="No" style="text;html=1;align=center;verticalAlign=middle;resizable=0;points=[];autosize=1;strokeColor=none;fillColor=none;" vertex="1" parent="1">
+         <mxCell id="kYvpu-cuTH2BE-WpAr-0-83" value="No" style="text;html=1;align=center;verticalAlign=middle;resizable=0;points=[];autosize=1;strokeColor=none;fillColor=none;" parent="1" vertex="1">
          <mxGeometry x="1730" y="458" width="40" height="30" as="geometry" />
        </mxCell>
-         <mxCell id="kYvpu-cuTH2BE-WpAr-0-84" value="yes" style="text;html=1;align=center;verticalAlign=middle;resizable=0;points=[];autosize=1;strokeColor=none;fillColor=none;" vertex="1" parent="1">
+         <mxCell id="kYvpu-cuTH2BE-WpAr-0-84" value="yes" style="text;html=1;align=center;verticalAlign=middle;resizable=0;points=[];autosize=1;strokeColor=none;fillColor=none;" parent="1" vertex="1">
          <mxGeometry x="1620" y="458" width="40" height="30" as="geometry" />
        </mxCell>
-         <mxCell id="kYvpu-cuTH2BE-WpAr-0-85" value="No eligible density" style="rounded=0;whiteSpace=wrap;html=1;fillColor=#FF99CC;" vertex="1" parent="1">
+         <mxCell id="kYvpu-cuTH2BE-WpAr-0-85" value="No eligible density" style="rounded=0;whiteSpace=wrap;html=1;fillColor=#FF99CC;" parent="1" vertex="1">
          <mxGeometry x="1750" y="510" width="120" height="60" as="geometry" />
        </mxCell>
-         <mxCell id="kYvpu-cuTH2BE-WpAr-0-86" value="" style="rounded=0;orthogonalLoop=1;jettySize=auto;html=1;" edge="1" source="kYvpu-cuTH2BE-WpAr-0-87" target="kYvpu-cuTH2BE-WpAr-0-89" parent="1">
-           <mxGeometry relative="1" as="geometry" />
-         </mxCell>
-         <mxCell id="kYvpu-cuTH2BE-WpAr-0-87" value="Images read by SB available?" style="rounded=1;whiteSpace=wrap;html=1;" vertex="1" parent="1">
+         <mxCell id="kYvpu-cuTH2BE-WpAr-0-86" value="" style="rounded=0;orthogonalLoop=1;jettySize=auto;html=1;" parent="1" source="kYvpu-cuTH2BE-WpAr-0-87" target="kYvpu-cuTH2BE-WpAr-0-89" edge="1">
+           <mxGeometry relative="1" as="geometry" />
+         </mxCell>
+         <mxCell id="kYvpu-cuTH2BE-WpAr-0-87" value="Images read by SB available?" style="rounded=1;whiteSpace=wrap;html=1;" parent="1" vertex="1">
          <mxGeometry x="1298" y="720" width="120" height="60" as="geometry" />
        </mxCell>
-         <mxCell id="kYvpu-cuTH2BE-WpAr-0-88" value="Take MLO images from the contralateral side read by SB with the selected mammo date and calculate the mean density using the unaffected breast" style="rounded=0;whiteSpace=wrap;html=1;fillColor=#00FFFF;" vertex="1" parent="1">
+         <mxCell id="kYvpu-cuTH2BE-WpAr-0-88" value="Take MLO images from the contralateral side read by SB with the selected mammo date and calculate the mean density using the unaffected breast" style="rounded=0;whiteSpace=wrap;html=1;fillColor=#00FFFF;" parent="1" vertex="1">
          <mxGeometry x="1168" y="840" width="120" height="110" as="geometry" />
        </mxCell>
-         <mxCell id="kYvpu-cuTH2BE-WpAr-0-89" value="Take MLO images from contralateral side with the selected mammo date and calculate the mean density using the unaffected breast" style="rounded=0;whiteSpace=wrap;html=1;fillColor=#00FFFF;" vertex="1" parent="1">
+         <mxCell id="kYvpu-cuTH2BE-WpAr-0-89" value="Take MLO images from contralateral side with the selected mammo date and calculate the mean density using the unaffected breast" style="rounded=0;whiteSpace=wrap;html=1;fillColor=#00FFFF;" parent="1" vertex="1">
          <mxGeometry x="1438" y="840" width="120" height="110" as="geometry" />
        </mxCell>
-         <mxCell id="kYvpu-cuTH2BE-WpAr-0-90" value="" style="endArrow=classic;html=1;rounded=0;exitX=0.367;exitY=1.017;exitDx=0;exitDy=0;exitPerimeter=0;" edge="1" source="kYvpu-cuTH2BE-WpAr-0-87" target="kYvpu-cuTH2BE-WpAr-0-88" parent="1">
+         <mxCell id="kYvpu-cuTH2BE-WpAr-0-90" value="" style="endArrow=classic;html=1;rounded=0;exitX=0.367;exitY=1.017;exitDx=0;exitDy=0;exitPerimeter=0;" parent="1" source="kYvpu-cuTH2BE-WpAr-0-87" target="kYvpu-cuTH2BE-WpAr-0-88" edge="1">
          <mxGeometry width="50" height="50" relative="1" as="geometry">
            <mxPoint x="1628" y="827" as="sourcePoint" />
            <mxPoint x="1678" y="777" as="targetPoint" />
          </mxGeometry>
        </mxCell>
-         <mxCell id="kYvpu-cuTH2BE-WpAr-0-91" value="Yes" style="text;html=1;align=center;verticalAlign=middle;resizable=0;points=[];autosize=1;strokeColor=none;fillColor=none;" vertex="1" parent="1">
+         <mxCell id="kYvpu-cuTH2BE-WpAr-0-91" value="Yes" style="text;html=1;align=center;verticalAlign=middle;resizable=0;points=[];autosize=1;strokeColor=none;fillColor=none;" parent="1" vertex="1">
          <mxGeometry x="1278" y="788" width="40" height="30" as="geometry" />
        </mxCell>
-         <mxCell id="kYvpu-cuTH2BE-WpAr-0-92" value="No" style="text;html=1;align=center;verticalAlign=middle;resizable=0;points=[];autosize=1;strokeColor=none;fillColor=none;" vertex="1" parent="1">
+         <mxCell id="kYvpu-cuTH2BE-WpAr-0-92" value="No" style="text;html=1;align=center;verticalAlign=middle;resizable=0;points=[];autosize=1;strokeColor=none;fillColor=none;" parent="1" vertex="1">
          <mxGeometry x="1418" y="788" width="40" height="30" as="geometry" />
        </mxCell>
-         <mxCell id="kYvpu-cuTH2BE-WpAr-0-93" value="" style="rounded=0;orthogonalLoop=1;jettySize=auto;html=1;entryX=0.5;entryY=0;entryDx=0;entryDy=0;" edge="1" source="kYvpu-cuTH2BE-WpAr-0-94" target="kYvpu-cuTH2BE-WpAr-0-95" parent="1">
+         <mxCell id="kYvpu-cuTH2BE-WpAr-0-93" value="" style="rounded=0;orthogonalLoop=1;jettySize=auto;html=1;entryX=0.5;entryY=0;entryDx=0;entryDy=0;" parent="1" source="kYvpu-cuTH2BE-WpAr-0-94" target="kYvpu-cuTH2BE-WpAr-0-95" edge="1">
          <mxGeometry relative="1" as="geometry">
            <mxPoint x="2030" y="860" as="targetPoint" />
          </mxGeometry>
        </mxCell>
-         <mxCell id="kYvpu-cuTH2BE-WpAr-0-94" value="Images read by SB available?" style="rounded=1;whiteSpace=wrap;html=1;" vertex="1" parent="1">
+         <mxCell id="kYvpu-cuTH2BE-WpAr-0-94" value="Images read by SB available?" style="rounded=1;whiteSpace=wrap;html=1;" parent="1" vertex="1">
          <mxGeometry x="1770" y="720" width="120" height="60" as="geometry" />
        </mxCell>
-         <mxCell id="kYvpu-cuTH2BE-WpAr-0-95" value="Take CC view images from the contralateral side read by SB with the selected mammo date and calculate the mean density using the unaffected breast&amp;nbsp;" style="rounded=0;whiteSpace=wrap;html=1;fillColor=#00FFFF;" vertex="1" parent="1">
+         <mxCell id="kYvpu-cuTH2BE-WpAr-0-95" value="Take CC view images from the contralateral side read by SB with the selected mammo date and calculate the mean density using the unaffected breast&amp;nbsp;" style="rounded=0;whiteSpace=wrap;html=1;fillColor=#00FFFF;" parent="1" vertex="1">
          <mxGeometry x="1650" y="840" width="120" height="110" as="geometry" />
        </mxCell>
-         <mxCell id="kYvpu-cuTH2BE-WpAr-0-96" value="Yes" style="text;html=1;align=center;verticalAlign=middle;resizable=0;points=[];autosize=1;strokeColor=none;fillColor=none;" vertex="1" parent="1">
+         <mxCell id="kYvpu-cuTH2BE-WpAr-0-96" value="Yes" style="text;html=1;align=center;verticalAlign=middle;resizable=0;points=[];autosize=1;strokeColor=none;fillColor=none;" parent="1" vertex="1">
          <mxGeometry x="1720" y="788" width="40" height="30" as="geometry" />
        </mxCell>
-         <mxCell id="kYvpu-cuTH2BE-WpAr-0-97" value="Take CC view images from the contralateral side with the selected mammo date and calculate the mean density using the unaffected breast" style="rounded=0;whiteSpace=wrap;html=1;fillColor=#00FFFF;" vertex="1" parent="1">
+         <mxCell id="kYvpu-cuTH2BE-WpAr-0-97" value="Take CC view images from the contralateral side with the selected mammo date and calculate the mean density using the unaffected breast" style="rounded=0;whiteSpace=wrap;html=1;fillColor=#00FFFF;" parent="1" vertex="1">
          <mxGeometry x="1890" y="840" width="120" height="110" as="geometry" />
        </mxCell>
-         <mxCell id="kYvpu-cuTH2BE-WpAr-0-98" value="" style="endArrow=classic;html=1;rounded=0;exitX=0.567;exitY=1.017;exitDx=0;exitDy=0;exitPerimeter=0;entryX=0.333;entryY=0;entryDx=0;entryDy=0;entryPerimeter=0;" edge="1" source="kYvpu-cuTH2BE-WpAr-0-94" target="kYvpu-cuTH2BE-WpAr-0-97" parent="1">
+         <mxCell id="kYvpu-cuTH2BE-WpAr-0-98" value="" style="endArrow=classic;html=1;rounded=0;exitX=0.567;exitY=1.017;exitDx=0;exitDy=0;exitPerimeter=0;entryX=0.333;entryY=0;entryDx=0;entryDy=0;entryPerimeter=0;" parent="1" source="kYvpu-cuTH2BE-WpAr-0-94" target="kYvpu-cuTH2BE-WpAr-0-97" edge="1">
          <mxGeometry width="50" height="50" relative="1" as="geometry">
            <mxPoint x="2080" y="800" as="sourcePoint" />
            <mxPoint x="2130" y="750" as="targetPoint" />
          </mxGeometry>
        </mxCell>
-         <mxCell id="kYvpu-cuTH2BE-WpAr-0-99" value="No" style="text;html=1;align=center;verticalAlign=middle;resizable=0;points=[];autosize=1;strokeColor=none;fillColor=none;" vertex="1" parent="1">
+         <mxCell id="kYvpu-cuTH2BE-WpAr-0-99" value="No" style="text;html=1;align=center;verticalAlign=middle;resizable=0;points=[];autosize=1;strokeColor=none;fillColor=none;" parent="1" vertex="1">
          <mxGeometry x="1890" y="780" width="40" height="30" as="geometry" />
        </mxCell>
-         <mxCell id="kYvpu-cuTH2BE-WpAr-0-100" value="" style="endArrow=classic;html=1;rounded=0;exitX=0.092;exitY=1.033;exitDx=0;exitDy=0;exitPerimeter=0;entryX=0.5;entryY=0;entryDx=0;entryDy=0;" edge="1" parent="1" source="kYvpu-cuTH2BE-WpAr-0-79" target="kYvpu-cuTH2BE-WpAr-0-87">
+         <mxCell id="kYvpu-cuTH2BE-WpAr-0-100" value="" style="endArrow=classic;html=1;rounded=0;exitX=0.092;exitY=1.033;exitDx=0;exitDy=0;exitPerimeter=0;entryX=0.5;entryY=0;entryDx=0;entryDy=0;" parent="1" source="kYvpu-cuTH2BE-WpAr-0-79" target="kYvpu-cuTH2BE-WpAr-0-87" edge="1">
          <mxGeometry width="50" height="50" relative="1" as="geometry">
            <mxPoint x="1040" y="730" as="sourcePoint" />
            <mxPoint x="1090" y="680" as="targetPoint" />
          </mxGeometry>
        </mxCell>
-         <mxCell id="kYvpu-cuTH2BE-WpAr-0-101" value="Yes" style="text;html=1;align=center;verticalAlign=middle;resizable=0;points=[];autosize=1;strokeColor=none;fillColor=none;" vertex="1" parent="1">
+         <mxCell id="kYvpu-cuTH2BE-WpAr-0-101" value="Yes" style="text;html=1;align=center;verticalAlign=middle;resizable=0;points=[];autosize=1;strokeColor=none;fillColor=none;" parent="1" vertex="1">
          <mxGeometry x="1440" y="670" width="40" height="30" as="geometry" />
        </mxCell>
-         <mxCell id="kYvpu-cuTH2BE-WpAr-0-102" value="" style="endArrow=classic;html=1;rounded=0;exitX=0.75;exitY=1;exitDx=0;exitDy=0;entryX=0.5;entryY=0;entryDx=0;entryDy=0;" edge="1" parent="1" source="kYvpu-cuTH2BE-WpAr-0-79" target="kYvpu-cuTH2BE-WpAr-0-94">
+         <mxCell id="kYvpu-cuTH2BE-WpAr-0-102" value="" style="endArrow=classic;html=1;rounded=0;exitX=0.75;exitY=1;exitDx=0;exitDy=0;entryX=0.5;entryY=0;entryDx=0;entryDy=0;" parent="1" source="kYvpu-cuTH2BE-WpAr-0-79" target="kYvpu-cuTH2BE-WpAr-0-94" edge="1">
          <mxGeometry width="50" height="50" relative="1" as="geometry">
            <mxPoint x="1590" y="730" as="sourcePoint" />
            <mxPoint x="1640" y="680" as="targetPoint" />
          </mxGeometry>
        </mxCell>
-         <mxCell id="kYvpu-cuTH2BE-WpAr-0-103" value="No" style="text;html=1;align=center;verticalAlign=middle;resizable=0;points=[];autosize=1;strokeColor=none;fillColor=none;" vertex="1" parent="1">
+         <mxCell id="kYvpu-cuTH2BE-WpAr-0-103" value="No" style="text;html=1;align=center;verticalAlign=middle;resizable=0;points=[];autosize=1;strokeColor=none;fillColor=none;" parent="1" vertex="1">
          <mxGeometry x="1710" y="670" width="40" height="30" as="geometry" />
        </mxCell>
      </root>
    </mxGraphModel>
  </diagram>
</mxfile>
